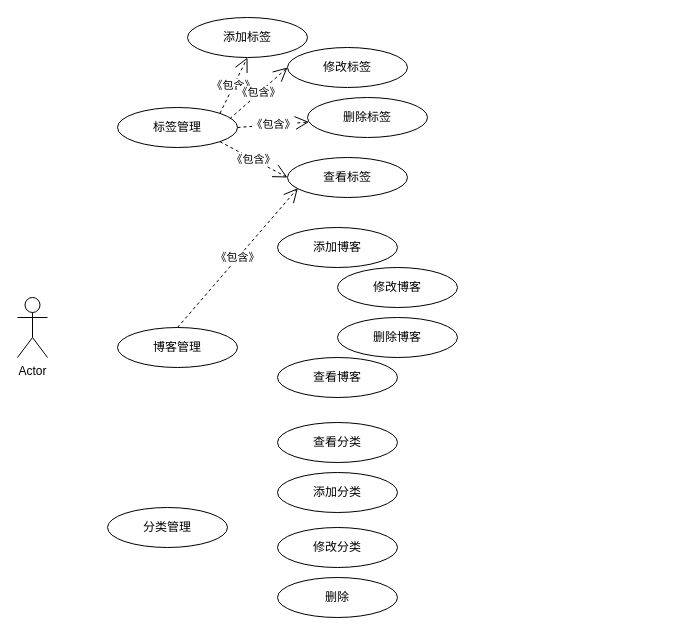
The draw.io diagram 后台博客管理功能用例图.drawio in zyl-2000/draw, before the edit. Source tidied: cells renumbered, new cells numbered last; positions are measured from the earlier drawing's top-left corner, leaving out a move shared by most shapes. Both pictures are drawn from the tidied source at 100%, with x=0, y=0 at pixel (17, 17).
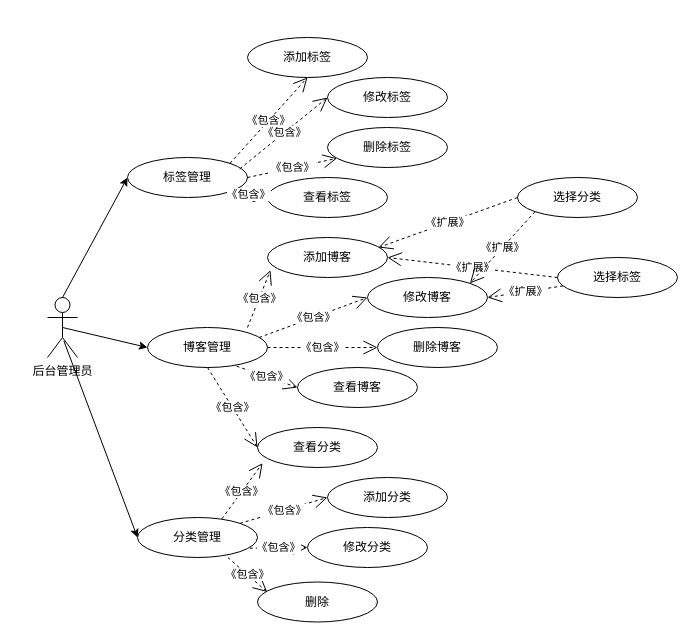
The same page after the edit.

Commit message (it also covers changes not shown here):
更新后台博客管理功能用例图.drawio

Change to the diagram source:
```diff
@@
-    <mxCell id="2" value="Actor" style="shape=umlActor;verticalLabelPosition=bottom;verticalAlign=top;html=1;" parent="1" vertex="1">
-      <mxGeometry y="280" width="30" height="60" as="geometry" />
+    <mxCell id="2" value="后台管理员" style="shape=umlActor;verticalLabelPosition=bottom;verticalAlign=top;html=1;" parent="1" vertex="1">
+      <mxGeometry x="30" y="280" width="30" height="60" as="geometry" />
     </mxCell>
     <mxCell id="3" value="标签管理" style="ellipse;whiteSpace=wrap;html=1;" parent="1" vertex="1">
-      <mxGeometry x="100" y="90" width="120" height="40" as="geometry" />
+      <mxGeometry x="110" y="140" width="120" height="40" as="geometry" />
     </mxCell>
     <mxCell id="4" value="分类管理" style="ellipse;whiteSpace=wrap;html=1;" parent="1" vertex="1">
-      <mxGeometry x="90" y="490" width="120" height="40" as="geometry" />
+      <mxGeometry x="120" y="500" width="120" height="40" as="geometry" />
     </mxCell>
     <mxCell id="5" value="博客管理" style="ellipse;whiteSpace=wrap;html=1;" parent="1" vertex="1">
-      <mxGeometry x="100" y="310" width="120" height="40" as="geometry" />
+      <mxGeometry x="130" y="310" width="120" height="40" as="geometry" />
     </mxCell>
     <mxCell id="6" value="删除标签" style="ellipse;whiteSpace=wrap;html=1;" parent="1" vertex="1">
-      <mxGeometry x="290" y="80" width="120" height="40" as="geometry" />
+      <mxGeometry x="310" y="110" width="120" height="40" as="geometry" />
     </mxCell>
     <mxCell id="7" value="修改标签" style="ellipse;whiteSpace=wrap;html=1;" parent="1" vertex="1">
-      <mxGeometry x="270" y="30" width="120" height="40" as="geometry" />
+      <mxGeometry x="310" y="60" width="120" height="40" as="geometry" />
     </mxCell>
     <mxCell id="8" value="添加标签" style="ellipse;whiteSpace=wrap;html=1;" parent="1" vertex="1">
-      <mxGeometry x="170" width="120" height="40" as="geometry" />
+      <mxGeometry x="230" y="20" width="120" height="40" as="geometry" />
     </mxCell>
@@
     <mxCell id="12" value="添加博客" style="ellipse;whiteSpace=wrap;html=1;" parent="1" vertex="1">
-      <mxGeometry x="260" y="210" width="120" height="40" as="geometry" />
+      <mxGeometry x="250" y="220" width="120" height="40" as="geometry" />
     </mxCell>
     <mxCell id="13" value="修改博客" style="ellipse;whiteSpace=wrap;html=1;" parent="1" vertex="1">
-      <mxGeometry x="320" y="250" width="120" height="40" as="geometry" />
+      <mxGeometry x="350" y="260" width="120" height="40" as="geometry" />
     </mxCell>
     <mxCell id="14" value="删除博客" style="ellipse;whiteSpace=wrap;html=1;" parent="1" vertex="1">
-      <mxGeometry x="320" y="300" width="120" height="40" as="geometry" />
+      <mxGeometry x="360" y="310" width="120" height="40" as="geometry" />
     </mxCell>
     <mxCell id="15" value="查看分类" style="ellipse;whiteSpace=wrap;html=1;" parent="1" vertex="1">
-      <mxGeometry x="260" y="405" width="120" height="40" as="geometry" />
+      <mxGeometry x="240" y="410" width="120" height="40" as="geometry" />
     </mxCell>
     <mxCell id="16" value="添加分类" style="ellipse;whiteSpace=wrap;html=1;" parent="1" vertex="1">
-      <mxGeometry x="260" y="455" width="120" height="40" as="geometry" />
+      <mxGeometry x="310" y="460" width="120" height="40" as="geometry" />
     </mxCell>
     <mxCell id="17" value="修改分类" style="ellipse;whiteSpace=wrap;html=1;" parent="1" vertex="1">
-      <mxGeometry x="260" y="510" width="120" height="40" as="geometry" />
+      <mxGeometry x="290" y="510" width="120" height="40" as="geometry" />
     </mxCell>
     <mxCell id="18" value="删除" style="ellipse;whiteSpace=wrap;html=1;" parent="1" vertex="1">
-      <mxGeometry x="260" y="560" width="120" height="40" as="geometry" />
+      <mxGeometry x="240" y="564.5" width="120" height="40" as="geometry" />
     </mxCell>
     <mxCell id="19" value="查看标签" style="ellipse;whiteSpace=wrap;html=1;" parent="1" vertex="1">
-      <mxGeometry x="270" y="140" width="120" height="40" as="geometry" />
+      <mxGeometry x="250" y="160" width="120" height="40" as="geometry" />
     </mxCell>
@@
-    <mxCell id="21" value="《包含》" style="endArrow=open;endSize=12;dashed=1;html=1;rounded=0;exitX=0.5;exitY=0;exitDx=0;exitDy=0;entryX=0.086;entryY=0.767;entryDx=0;entryDy=0;entryPerimeter=0;" parent="1" edge="1" source="5" target="19">
-      <mxGeometry relative="1" as="geometry" />
-    </mxCell>
     <mxCell id="22" value="查看博客" style="ellipse;whiteSpace=wrap;html=1;" parent="1" vertex="1">
-      <mxGeometry x="260" y="340" width="120" height="40" as="geometry" />
+      <mxGeometry x="280" y="350" width="120" height="40" as="geometry" />
     </mxCell>
+    <mxCell id="23" value="《包含》" style="endArrow=open;endSize=12;dashed=1;html=1;rounded=0;exitX=0.833;exitY=0;exitDx=0;exitDy=0;entryX=0.025;entryY=0.817;entryDx=0;entryDy=0;entryPerimeter=0;exitPerimeter=0;" parent="1" edge="1" source="5" target="12">
+      <mxGeometry relative="1" as="geometry" />
+    </mxCell>
+    <mxCell id="24" value="《包含》" style="endArrow=open;endSize=12;dashed=1;html=1;rounded=0;exitX=0.931;exitY=0.25;exitDx=0;exitDy=0;entryX=0;entryY=0.5;entryDx=0;entryDy=0;exitPerimeter=0;" parent="1" edge="1" source="5" target="13">
+      <mxGeometry relative="1" as="geometry" />
+    </mxCell>
+    <mxCell id="25" value="《包含》" style="endArrow=open;endSize=12;dashed=1;html=1;rounded=0;entryX=0;entryY=0.5;entryDx=0;entryDy=0;exitX=1;exitY=0.5;exitDx=0;exitDy=0;" parent="1" edge="1" source="5" target="14">
+      <mxGeometry relative="1" as="geometry" />
+    </mxCell>
+    <mxCell id="26" value="《包含》" style="endArrow=open;endSize=12;dashed=1;html=1;rounded=0;exitX=0.742;exitY=0.967;exitDx=0;exitDy=0;entryX=0;entryY=0.5;entryDx=0;entryDy=0;exitPerimeter=0;" parent="1" edge="1" source="5" target="22">
+      <mxGeometry relative="1" as="geometry" />
+    </mxCell>
+    <mxCell id="27" value="《包含》" style="endArrow=open;endSize=12;dashed=1;html=1;rounded=0;exitX=0.5;exitY=1;exitDx=0;exitDy=0;entryX=0;entryY=0.5;entryDx=0;entryDy=0;" parent="1" edge="1" source="5" target="15">
+      <mxGeometry relative="1" as="geometry" />
+    </mxCell>
+    <mxCell id="28" value="《包含》" style="endArrow=open;endSize=12;dashed=1;html=1;rounded=0;exitX=0.753;exitY=1;exitDx=0;exitDy=0;entryX=0.081;entryY=0.25;entryDx=0;entryDy=0;entryPerimeter=0;exitPerimeter=0;" parent="1" edge="1" source="4" target="18">
+      <mxGeometry relative="1" as="geometry" />
+    </mxCell>
+    <mxCell id="29" value="《包含》" style="endArrow=open;endSize=12;dashed=1;html=1;rounded=0;exitX=0.936;exitY=0.767;exitDx=0;exitDy=0;entryX=0;entryY=0.5;entryDx=0;entryDy=0;exitPerimeter=0;" parent="1" edge="1" source="4" target="17">
+      <mxGeometry relative="1" as="geometry" />
+    </mxCell>
+    <mxCell id="30" value="《包含》" style="endArrow=open;endSize=12;dashed=1;html=1;rounded=0;exitX=1;exitY=0;exitDx=0;exitDy=0;entryX=0;entryY=0.5;entryDx=0;entryDy=0;" parent="1" edge="1" source="4" target="16">
+      <mxGeometry relative="1" as="geometry" />
+    </mxCell>
+    <mxCell id="31" value="《包含》" style="endArrow=open;endSize=12;dashed=1;html=1;rounded=0;exitX=0.703;exitY=0.033;exitDx=0;exitDy=0;entryX=0.042;entryY=0.892;entryDx=0;entryDy=0;entryPerimeter=0;exitPerimeter=0;" parent="1" edge="1" source="4" target="15">
+      <mxGeometry relative="1" as="geometry" />
+    </mxCell>
+    <mxCell id="32" value="选择标签" style="ellipse;whiteSpace=wrap;html=1;" parent="1" vertex="1">
+      <mxGeometry x="540" y="240" width="120" height="40" as="geometry" />
+    </mxCell>
+    <mxCell id="33" value="选择分类" style="ellipse;whiteSpace=wrap;html=1;" parent="1" vertex="1">
+      <mxGeometry x="500" y="160" width="120" height="40" as="geometry" />
+    </mxCell>
+    <mxCell id="34" value="《扩展》" style="endArrow=open;endSize=12;dashed=1;html=1;rounded=0;exitX=0;exitY=0.5;exitDx=0;exitDy=0;entryX=0.925;entryY=0.25;entryDx=0;entryDy=0;entryPerimeter=0;" parent="1" edge="1" source="33" target="12">
+      <mxGeometry relative="1" as="geometry" />
+    </mxCell>
+    <mxCell id="35" value="《扩展》" style="endArrow=open;endSize=12;dashed=1;html=1;rounded=0;exitX=0;exitY=0.5;exitDx=0;exitDy=0;entryX=1;entryY=0.5;entryDx=0;entryDy=0;" parent="1" edge="1" source="32" target="12">
+      <mxGeometry relative="1" as="geometry" />
+    </mxCell>
+    <mxCell id="36" value="《扩展》" style="endArrow=open;endSize=12;dashed=1;html=1;rounded=0;entryX=1;entryY=0.5;entryDx=0;entryDy=0;" parent="1" edge="1" source="32" target="13">
+      <mxGeometry relative="1" as="geometry" />
+    </mxCell>
+    <mxCell id="37" value="《扩展》" style="endArrow=open;endSize=12;dashed=1;html=1;rounded=0;exitX=0;exitY=1;exitDx=0;exitDy=0;entryX=1;entryY=0;entryDx=0;entryDy=0;" parent="1" edge="1" source="33" target="13">
+      <mxGeometry relative="1" as="geometry" />
+    </mxCell>
+    <mxCell id="38" style="endArrow=classic;html=1;rounded=0;entryX=0;entryY=0.5;entryDx=0;entryDy=0;exitX=0.5;exitY=0;exitDx=0;exitDy=0;exitPerimeter=0;" parent="1" edge="1" source="2" target="3">
+      <mxGeometry relative="1" as="geometry" />
+    </mxCell>
+    <mxCell id="39" style="endArrow=classic;html=1;rounded=0;entryX=0;entryY=0.5;entryDx=0;entryDy=0;exitX=0.544;exitY=0.722;exitDx=0;exitDy=0;exitPerimeter=0;" parent="1" edge="1" source="2" target="4">
+      <mxGeometry relative="1" as="geometry" />
+    </mxCell>
+    <mxCell id="40" style="endArrow=classic;html=1;rounded=0;entryX=0;entryY=0.5;entryDx=0;entryDy=0;exitX=0.5;exitY=0.5;exitDx=0;exitDy=0;exitPerimeter=0;" parent="1" edge="1" source="2" target="5">
+      <mxGeometry relative="1" as="geometry" />
+    </mxCell>
```
